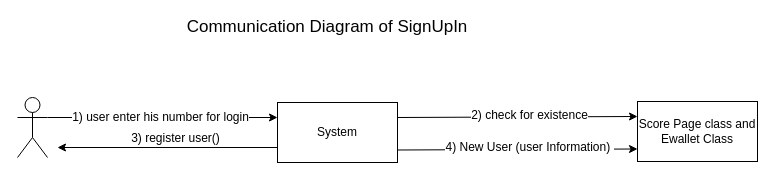
This is Behavioral Modeling/Communication Diagram/CD_SignUpIn.drawio from kargaranamir/Travelink, a draw.io file, before an edit. Source tidied: cells renumbered, new cells numbered last; positions are measured from the earlier drawing's top-left corner, leaving out a move shared by most shapes. Both pictures are drawn from the tidied source at 100%, with x=0, y=0 at pixel (17, 17).
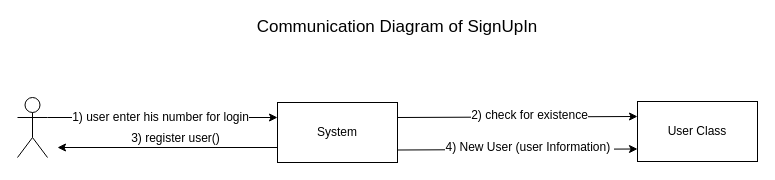
Above is the later version.

What changed in the source:
```diff
@@
 <mxGraphModel>
   <root>
     <mxCell id="0" />
     <mxCell id="1" parent="0" />
     <mxCell id="2" style="shape=umlActor;verticalLabelPosition=bottom;labelBackgroundColor=#ffffff;verticalAlign=top;html=1;outlineConnect=0;" parent="1" vertex="1">
       <mxGeometry y="80" width="30" height="60" as="geometry" />
     </mxCell>
     <mxCell id="3" value="System" style="rounded=0;whiteSpace=wrap;html=1;" parent="1" vertex="1">
       <mxGeometry x="260" y="85" width="120" height="60" as="geometry" />
     </mxCell>
-    <mxCell id="4" value="&lt;span&gt;Score Page class and Ewallet Class&lt;/span&gt;" style="rounded=0;whiteSpace=wrap;html=1;" parent="1" vertex="1">
+    <mxCell id="4" value="&lt;span&gt;User Class&lt;/span&gt;" style="rounded=0;whiteSpace=wrap;html=1;" parent="1" vertex="1">
       <mxGeometry x="620" y="84" width="120" height="60" as="geometry" />
     </mxCell>
     <mxCell id="5" style="endArrow=classic;html=1;entryX=0;entryY=0.25;entryDx=0;entryDy=0;exitX=1;exitY=0.3333333333333333;exitDx=0;exitDy=0;exitPerimeter=0;" parent="1" edge="1" source="2" target="3">
       <mxGeometry relative="1" as="geometry" />
     </mxCell>
     <mxCell id="6" value="&lt;span&gt;1) user enter his number for login&lt;/span&gt;&lt;br&gt;" style="text;html=1;align=center;verticalAlign=middle;labelBackgroundColor=#ffffff;" parent="5" vertex="1">
       <mxGeometry x="-0.03" y="1" relative="1" as="geometry" />
     </mxCell>
     <mxCell id="7" style="endArrow=classic;html=1;exitX=1;exitY=0.25;exitDx=0;exitDy=0;entryX=0;entryY=0.25;entryDx=0;entryDy=0;" parent="1" edge="1" source="3" target="4">
       <mxGeometry relative="1" as="geometry" />
     </mxCell>
     <mxCell id="8" value="&lt;span&gt;2) check for existence&lt;/span&gt;&lt;br&gt;" style="text;html=1;align=center;verticalAlign=middle;labelBackgroundColor=#ffffff;" parent="7" vertex="1">
       <mxGeometry x="0.21" relative="1" as="geometry">
         <mxPoint x="-13" y="-2" as="offset" />
       </mxGeometry>
     </mxCell>
     <mxCell id="9" style="endArrow=classic;html=1;exitX=1;exitY=0.25;exitDx=0;exitDy=0;entryX=0;entryY=0.25;entryDx=0;entryDy=0;" parent="1" edge="1">
       <mxGeometry relative="1" as="geometry">
         <mxPoint x="380" y="132.5" as="sourcePoint" />
         <mxPoint x="620" y="131.5" as="targetPoint" />
       </mxGeometry>
     </mxCell>
     <mxCell id="10" value="&lt;span&gt;4) New User (user Information)&amp;nbsp;&lt;/span&gt;&lt;br&gt;" style="text;html=1;align=center;verticalAlign=middle;labelBackgroundColor=#ffffff;" parent="9" vertex="1">
       <mxGeometry x="0.21" relative="1" as="geometry">
         <mxPoint x="-13" y="-2" as="offset" />
       </mxGeometry>
     </mxCell>
     <mxCell id="11" value="&lt;font style=&quot;font-size: 17px&quot;&gt;Communication Diagram of SignUpIn&lt;/font&gt;" style="text;html=1;strokeColor=none;fillColor=none;align=center;verticalAlign=middle;whiteSpace=wrap;rounded=0;" parent="1" vertex="1">
-      <mxGeometry x="70" width="480" height="20" as="geometry" />
+      <mxGeometry x="140" width="480" height="20" as="geometry" />
     </mxCell>
     <mxCell id="12" style="endArrow=classic;html=1;" parent="1" edge="1">
       <mxGeometry relative="1" as="geometry">
         <mxPoint x="260" y="130" as="sourcePoint" />
         <mxPoint x="40" y="130" as="targetPoint" />
       </mxGeometry>
     </mxCell>
     <mxCell id="13" value="&lt;span&gt;3) register user()&lt;/span&gt;&lt;br&gt;" style="text;html=1;align=center;verticalAlign=middle;labelBackgroundColor=#ffffff;" parent="12" vertex="1">
       <mxGeometry x="-0.03" y="1" relative="1" as="geometry">
         <mxPoint x="4" y="-11" as="offset" />
       </mxGeometry>
     </mxCell>
   </root>
 </mxGraphModel>
```
